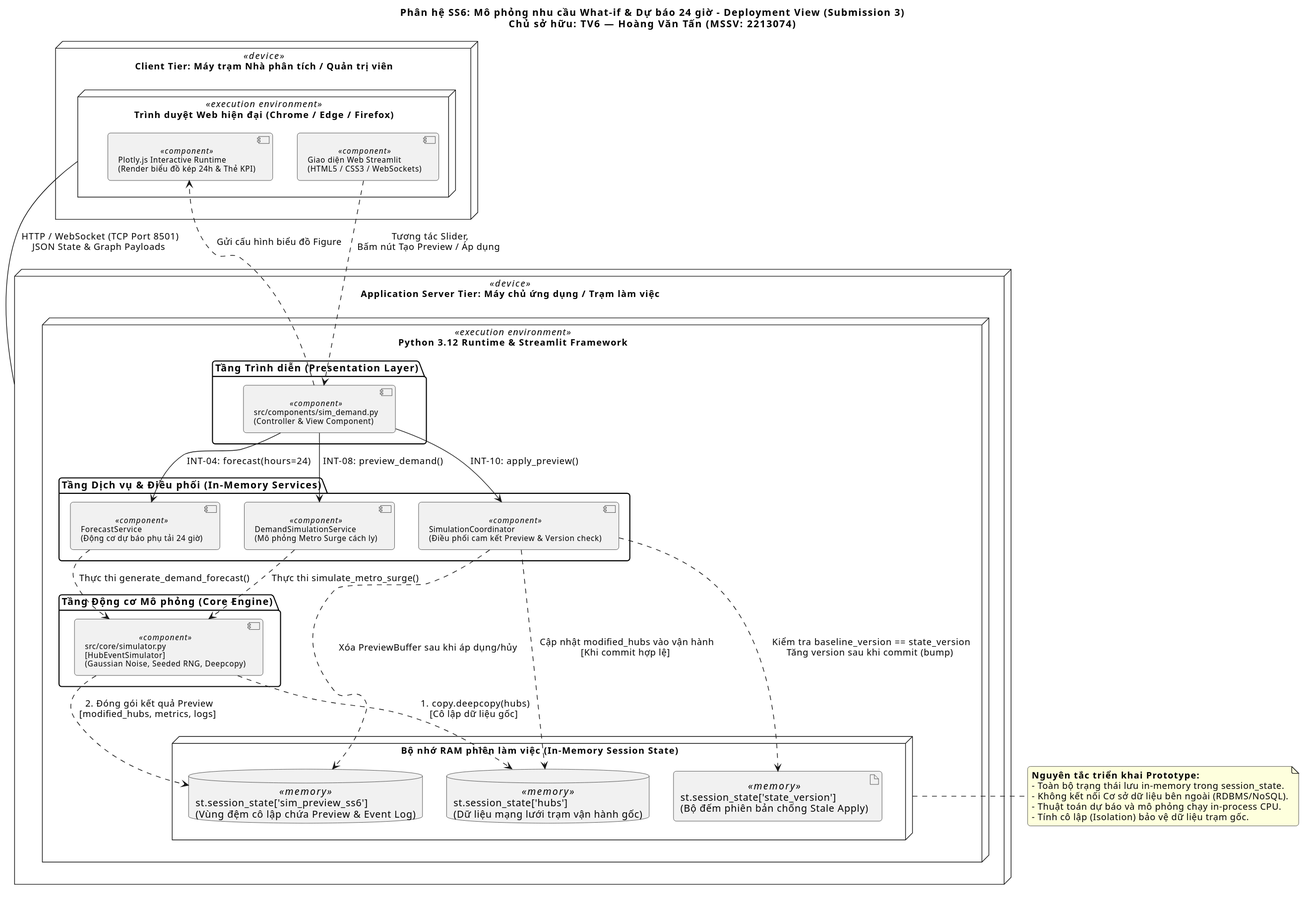
Above: docs/diagrams/submission_3/SS6/deployment_view.svg in Dat-nguyen195/BTL_CNPM (PlantUML), before the change. Its diagram source:
```plantuml
@startuml
skinparam backgroundColor white
skinparam shadowing false
skinparam defaultFontName "Segoe UI", Arial, SansSerif
skinparam roundCorner 8
skinparam nodeFontSize 13
skinparam componentFontSize 11

title "Phân hệ SS6: Mô phỏng nhu cầu What-if & Dự báo 24 giờ - Deployment View (Submission 3)\nChủ sở hữu: TV6 — Hoàng Văn Tấn (MSSV: 2213074)"

node "Client Tier: Máy trạm Nhà phân tích / Quản trị viên" as ClientNode <<device>> {
    node "Trình duyệt Web hiện đại (Chrome / Edge / Firefox)" as Browser <<execution environment>> {
        component "Giao diện Web Streamlit\n(HTML5 / CSS3 / WebSockets)" as WebUI <<component>>
        component "Plotly.js Interactive Runtime\n(Render biểu đồ kép 24h & Thẻ KPI)" as PlotlyRuntime <<component>>
    }
}

node "Application Server Tier: Máy chủ ứng dụng / Trạm làm việc" as AppServer <<device>> {
    node "Python 3.12 Runtime & Streamlit Framework" as PythonEnv <<execution environment>> {

        package "Tầng Trình diễn (Presentation Layer)" {
            component "src/components/sim_demand.py\n(Controller & View Component)" as SimDemandComp <<component>>
        }

        package "Tầng Dịch vụ & Điều phối (In-Memory Services)" {
            component "DemandSimulationService\n(Mô phỏng Metro Surge cách ly)" as DemandServiceComp <<component>>
            component "ForecastService\n(Động cơ dự báo phụ tải 24 giờ)" as ForecastServiceComp <<component>>
            component "SimulationCoordinator\n(Điều phối cam kết Preview & Version check)" as CoordComp <<component>>
        }

        package "Tầng Động cơ Mô phỏng (Core Engine)" {
            component "src/core/simulator.py\n[HubEventSimulator]\n(Gaussian Noise, Seeded RNG, Deepcopy)" as SimEngineComp <<component>>
        }

        node "Bộ nhớ RAM phiên làm việc (In-Memory Session State)" as RAMNode {
            database "st.session_state['hubs']\n(Dữ liệu mạng lưới trạm vận hành gốc)" as HubsState <<memory>>
            artifact "st.session_state['state_version']\n(Bộ đếm phiên bản chống Stale Apply)" as VersionState <<memory>>
            database "st.session_state['sim_preview_ss6']\n(Vùng đệm cô lập chứa Preview & Event Log)" as PreviewBuffer <<memory>>
        }
    }
}

Browser -- AppServer : " HTTP / WebSocket (TCP Port 8501)\n JSON State & Graph Payloads "

WebUI ..> SimDemandComp : " Tương tác Slider,\n Bấm nút Tạo Preview / Áp dụng "
SimDemandComp ..> PlotlyRuntime : " Gửi cấu hình biểu đồ Figure "

SimDemandComp --> DemandServiceComp : " INT-08: preview_demand() "
SimDemandComp --> ForecastServiceComp : " INT-04: forecast(hours=24) "
SimDemandComp --> CoordComp : " INT-10: apply_preview() "

DemandServiceComp ..> SimEngineComp : " Thực thi simulate_metro_surge() "
ForecastServiceComp ..> SimEngineComp : " Thực thi generate_demand_forecast() "

SimEngineComp ..> HubsState : " 1. copy.deepcopy(hubs)\n [Cô lập dữ liệu gốc] "
SimEngineComp ..> PreviewBuffer : " 2. Đóng gói kết quả Preview\n [modified_hubs, metrics, logs] "

CoordComp ..> VersionState : " Kiểm tra baseline_version == state_version\n Tăng version sau khi commit (bump) "
CoordComp ..> HubsState : " Cập nhật modified_hubs vào vận hành\n [Khi commit hợp lệ] "
CoordComp ..> PreviewBuffer : " Xóa PreviewBuffer sau khi áp dụng/hủy "

note right of RAMNode
  <b>Nguyên tắc triển khai Prototype:</b>
  - Toàn bộ trạng thái lưu in-memory trong session_state.
  - Không kết nối Cơ sở dữ liệu bên ngoài (RDBMS/NoSQL).
  - Thuật toán dự báo và mô phỏng chạy in-process CPU.
  - Tính cô lập (Isolation) bảo vệ dữ liệu trạm gốc.
end note
@enduml
```
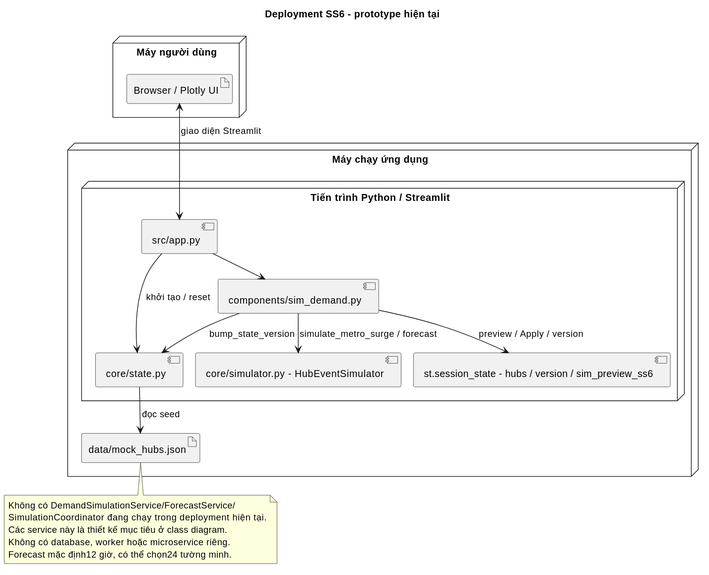
The same file after the commit.

Change to the diagram source:
```diff
@@ -1,69 +1,33 @@
 @startuml
 skinparam backgroundColor white
 skinparam shadowing false
-skinparam defaultFontName "Segoe UI", Arial, SansSerif
-skinparam roundCorner 8
-skinparam nodeFontSize 13
-skinparam componentFontSize 11
-
-title "Phân hệ SS6: Mô phỏng nhu cầu What-if & Dự báo 24 giờ - Deployment View (Submission 3)\nChủ sở hữu: TV6 — Hoàng Văn Tấn (MSSV: 2213074)"
-
-node "Client Tier: Máy trạm Nhà phân tích / Quản trị viên" as ClientNode <<device>> {
-    node "Trình duyệt Web hiện đại (Chrome / Edge / Firefox)" as Browser <<execution environment>> {
-        component "Giao diện Web Streamlit\n(HTML5 / CSS3 / WebSockets)" as WebUI <<component>>
-        component "Plotly.js Interactive Runtime\n(Render biểu đồ kép 24h & Thẻ KPI)" as PlotlyRuntime <<component>>
-    }
+skinparam defaultFontName SansSerif
+title Deployment SS6 - prototype hiện tại
+node "Máy người dùng" {
+ artifact "Browser / Plotly UI" as Browser
 }
-
-node "Application Server Tier: Máy chủ ứng dụng / Trạm làm việc" as AppServer <<device>> {
-    node "Python 3.12 Runtime & Streamlit Framework" as PythonEnv <<execution environment>> {
-
-        package "Tầng Trình diễn (Presentation Layer)" {
-            component "src/components/sim_demand.py\n(Controller & View Component)" as SimDemandComp <<component>>
-        }
-
-        package "Tầng Dịch vụ & Điều phối (In-Memory Services)" {
-            component "DemandSimulationService\n(Mô phỏng Metro Surge cách ly)" as DemandServiceComp <<component>>
-            component "ForecastService\n(Động cơ dự báo phụ tải 24 giờ)" as ForecastServiceComp <<component>>
-            component "SimulationCoordinator\n(Điều phối cam kết Preview & Version check)" as CoordComp <<component>>
-        }
-
-        package "Tầng Động cơ Mô phỏng (Core Engine)" {
-            component "src/core/simulator.py\n[HubEventSimulator]\n(Gaussian Noise, Seeded RNG, Deepcopy)" as SimEngineComp <<component>>
-        }
-
-        node "Bộ nhớ RAM phiên làm việc (In-Memory Session State)" as RAMNode {
-            database "st.session_state['hubs']\n(Dữ liệu mạng lưới trạm vận hành gốc)" as HubsState <<memory>>
-            artifact "st.session_state['state_version']\n(Bộ đếm phiên bản chống Stale Apply)" as VersionState <<memory>>
-            database "st.session_state['sim_preview_ss6']\n(Vùng đệm cô lập chứa Preview & Event Log)" as PreviewBuffer <<memory>>
-        }
-    }
+node "Máy chạy ứng dụng" {
+ node "Tiến trình Python / Streamlit" {
+  component "src/app.py" as App
+  component "components/sim_demand.py" as UI
+  component "core/simulator.py - HubEventSimulator" as Engine
+  component "core/state.py" as State
+  component "st.session_state - hubs / version / sim_preview_ss6" as Session
+ }
+ artifact "data/mock_hubs.json" as Seed
 }
-
-Browser -- AppServer : " HTTP / WebSocket (TCP Port 8501)\n JSON State & Graph Payloads "
-
-WebUI ..> SimDemandComp : " Tương tác Slider,\n Bấm nút Tạo Preview / Áp dụng "
-SimDemandComp ..> PlotlyRuntime : " Gửi cấu hình biểu đồ Figure "
-
-SimDemandComp --> DemandServiceComp : " INT-08: preview_demand() "
-SimDemandComp --> ForecastServiceComp : " INT-04: forecast(hours=24) "
-SimDemandComp --> CoordComp : " INT-10: apply_preview() "
-
-DemandServiceComp ..> SimEngineComp : " Thực thi simulate_metro_surge() "
-ForecastServiceComp ..> SimEngineComp : " Thực thi generate_demand_forecast() "
-
-SimEngineComp ..> HubsState : " 1. copy.deepcopy(hubs)\n [Cô lập dữ liệu gốc] "
-SimEngineComp ..> PreviewBuffer : " 2. Đóng gói kết quả Preview\n [modified_hubs, metrics, logs] "
-
-CoordComp ..> VersionState : " Kiểm tra baseline_version == state_version\n Tăng version sau khi commit (bump) "
-CoordComp ..> HubsState : " Cập nhật modified_hubs vào vận hành\n [Khi commit hợp lệ] "
-CoordComp ..> PreviewBuffer : " Xóa PreviewBuffer sau khi áp dụng/hủy "
-
-note right of RAMNode
-  <b>Nguyên tắc triển khai Prototype:</b>
-  - Toàn bộ trạng thái lưu in-memory trong session_state.
-  - Không kết nối Cơ sở dữ liệu bên ngoài (RDBMS/NoSQL).
-  - Thuật toán dự báo và mô phỏng chạy in-process CPU.
-  - Tính cô lập (Isolation) bảo vệ dữ liệu trạm gốc.
+Browser <--> App : giao diện Streamlit
+App --> UI
+App --> State : khởi tạo / reset
+State --> Seed : đọc seed
+UI --> Engine : simulate_metro_surge / forecast
+UI --> Session : preview / Apply / version
+UI --> State : bump_state_version
+note bottom
+ Không có DemandSimulationService/ForecastService/
+ SimulationCoordinator đang chạy trong deployment hiện tại.
+ Các service này là thiết kế mục tiêu ở class diagram.
+ Không có database, worker hoặc microservice riêng.
+ Forecast mặc định12 giờ, có thể chọn24 tường minh.
 end note
 @enduml
```
